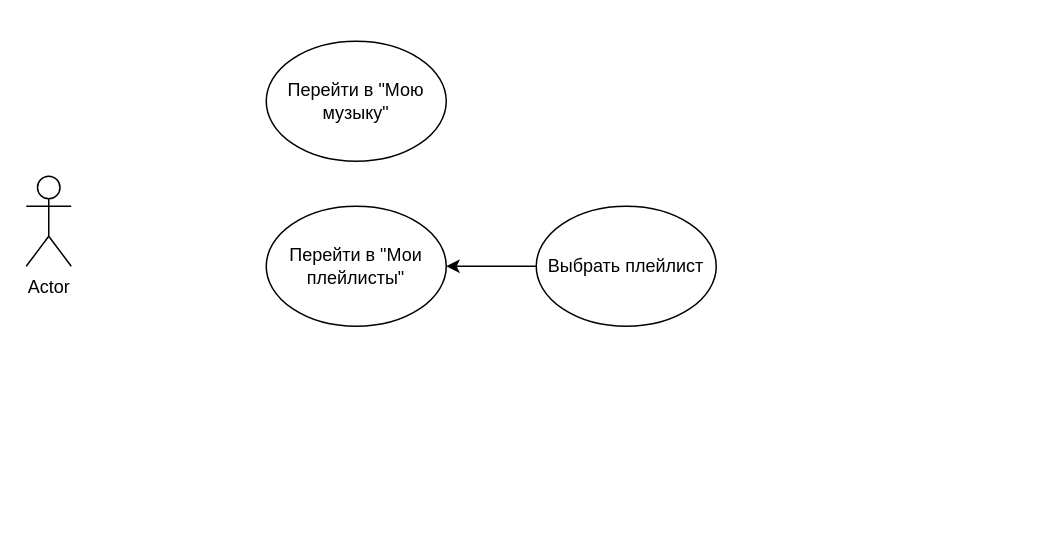
Before: vk_project/usecase.drawio in ViktorM98/vk_project, a draw.io diagram. Source tidied: cells renumbered, new cells numbered last; positions are measured from the earlier drawing's top-left corner, leaving out a move shared by most shapes. Both pictures are drawn from the tidied source at 150%, with x=0, y=0 at pixel (26, 40).
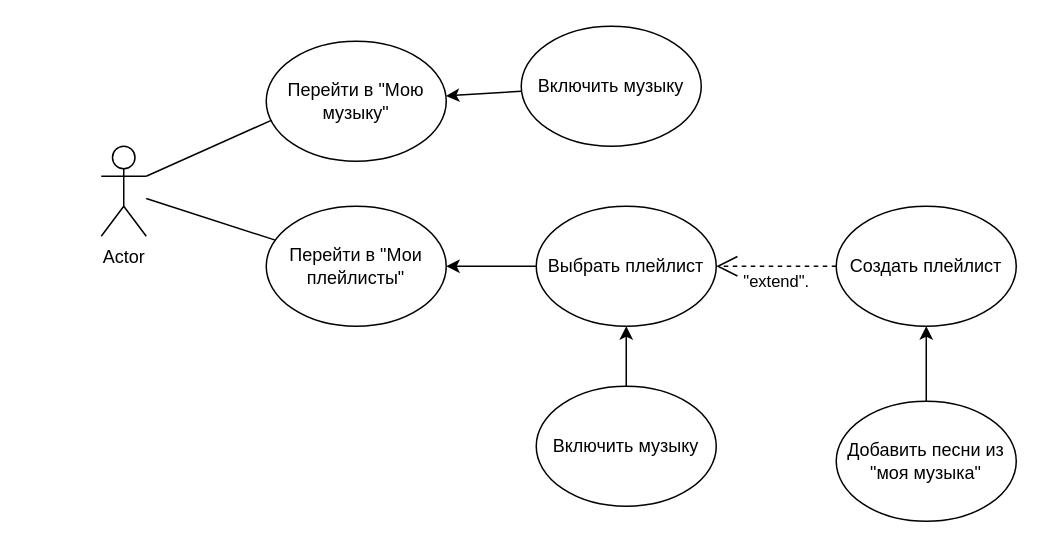
Above is the later version.

The edit, as a diff of the source:
```diff
@@
 <mxGraphModel>
   <root>
     <mxCell id="0" />
     <mxCell id="1" parent="0" />
     <mxCell id="2" value="Actor" style="shape=umlActor;verticalLabelPosition=bottom;verticalAlign=top;html=1;outlineConnect=0;" parent="1" vertex="1">
-      <mxGeometry y="90" width="30" height="60" as="geometry" />
+      <mxGeometry x="50" y="70" width="30" height="60" as="geometry" />
     </mxCell>
     <mxCell id="3" value="Перейти в &quot;Мою музыку&quot;" style="ellipse;whiteSpace=wrap;html=1;" parent="1" vertex="1">
       <mxGeometry x="160" width="120" height="80" as="geometry" />
     </mxCell>
     <mxCell id="4" value="Перейти в &quot;Мои плейлисты&quot;" style="ellipse;whiteSpace=wrap;html=1;" parent="1" vertex="1">
       <mxGeometry x="160" y="110" width="120" height="80" as="geometry" />
     </mxCell>
     <mxCell id="5" value="Выбрать плейлист" style="ellipse;whiteSpace=wrap;html=1;" parent="1" vertex="1">
       <mxGeometry x="340" y="110" width="120" height="80" as="geometry" />
     </mxCell>
     <mxCell id="6" style="endArrow=classic;html=1;rounded=0;entryX=1;entryY=0.5;entryDx=0;entryDy=0;exitX=0;exitY=0.5;exitDx=0;exitDy=0;" parent="1" edge="1" source="5" target="4">
       <mxGeometry relative="1" as="geometry" />
     </mxCell>
+    <mxCell id="7" style="endArrow=none;html=1;rounded=0;" parent="1" edge="1" source="2" target="4">
+      <mxGeometry relative="1" as="geometry" />
+    </mxCell>
+    <mxCell id="8" style="endArrow=none;html=1;rounded=0;entryX=0.028;entryY=0.659;entryDx=0;entryDy=0;exitX=1;exitY=0.3333333333333333;exitDx=0;exitDy=0;exitPerimeter=0;entryPerimeter=0;" parent="1" edge="1" source="2" target="3">
+      <mxGeometry relative="1" as="geometry" />
+    </mxCell>
+    <mxCell id="9" value="Создать плейлист" style="ellipse;whiteSpace=wrap;html=1;" parent="1" vertex="1">
+      <mxGeometry x="540" y="110" width="120" height="80" as="geometry" />
+    </mxCell>
+    <mxCell id="10" value="&lt;div&gt;&quot;extend&quot;.&lt;/div&gt;" style="endArrow=open;endSize=12;dashed=1;html=1;rounded=0;" parent="1" edge="1" source="9" target="5">
+      <mxGeometry y="10" relative="1" as="geometry" />
+    </mxCell>
+    <mxCell id="11" value="Включить музыку" style="ellipse;whiteSpace=wrap;html=1;" parent="1" vertex="1">
+      <mxGeometry x="330" y="-10" width="120" height="80" as="geometry" />
+    </mxCell>
+    <mxCell id="12" style="endArrow=classic;html=1;rounded=0;" parent="1" edge="1" source="11" target="3">
+      <mxGeometry relative="1" as="geometry" />
+    </mxCell>
+    <mxCell id="13" value="Включить музыку" style="ellipse;whiteSpace=wrap;html=1;" parent="1" vertex="1">
+      <mxGeometry x="340" y="230" width="120" height="80" as="geometry" />
+    </mxCell>
+    <mxCell id="14" style="endArrow=classic;html=1;rounded=0;" parent="1" edge="1" source="13" target="5">
+      <mxGeometry relative="1" as="geometry" />
+    </mxCell>
+    <mxCell id="15" value="Добавить песни из &quot;моя музыка&quot;" style="ellipse;whiteSpace=wrap;html=1;" parent="1" vertex="1">
+      <mxGeometry x="540" y="240" width="120" height="80" as="geometry" />
+    </mxCell>
+    <mxCell id="16" style="endArrow=classic;html=1;rounded=0;" parent="1" edge="1" source="15" target="9">
+      <mxGeometry relative="1" as="geometry" />
+    </mxCell>
   </root>
 </mxGraphModel>
```
